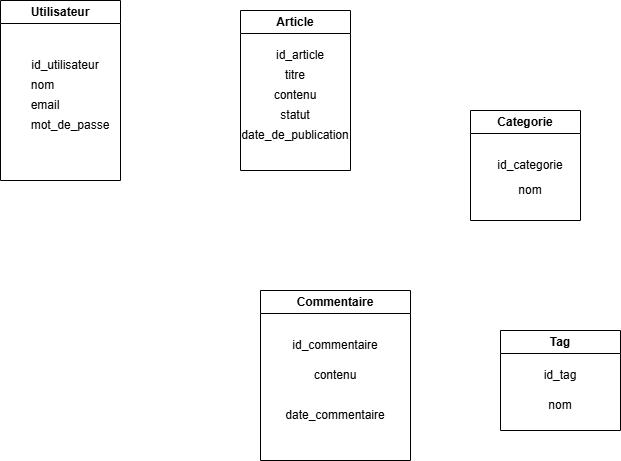
Guilyane/DWWM-blog keeps this draw.io diagram as MCD.png. Above is the earlier version. Source tidied: cells renumbered, new cells last; positions are measured from the earlier drawing's top-left corner, leaving out a move shared by most shapes.
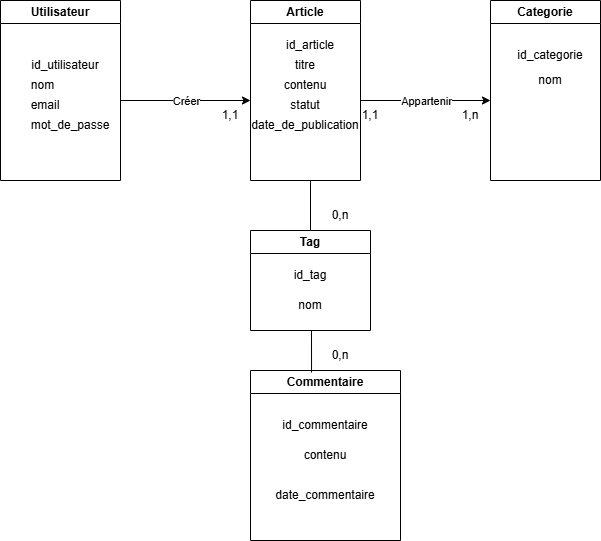
Later version of the same file.

Commit message:
add: link and cardinality

The edit, as a diff of the source:
```diff
@@ -18,7 +18,7 @@
       <mxGeometry x="30" y="110" width="80" height="30" as="geometry" />
     </mxCell>
     <mxCell id="7" value="Article" style="swimlane;whiteSpace=wrap;html=1;" parent="1" vertex="1">
-      <mxGeometry x="240" y="10" width="110" height="160" as="geometry" />
+      <mxGeometry x="250" width="110" height="180" as="geometry" />
     </mxCell>
     <mxCell id="8" value="id_article" style="text;html=1;whiteSpace=wrap;strokeColor=none;fillColor=none;align=center;verticalAlign=middle;rounded=0;" parent="7" vertex="1">
       <mxGeometry x="30" y="30" width="60" height="30" as="geometry" />
@@ -36,7 +36,7 @@
       <mxGeometry x="25" y="110" width="60" height="30" as="geometry" />
     </mxCell>
     <mxCell id="13" value="Commentaire" style="swimlane;whiteSpace=wrap;html=1;" parent="1" vertex="1">
-      <mxGeometry x="260" y="290" width="150" height="170" as="geometry" />
+      <mxGeometry x="250" y="370" width="150" height="170" as="geometry" />
     </mxCell>
     <mxCell id="14" value="contenu" style="text;html=1;whiteSpace=wrap;strokeColor=none;fillColor=none;align=center;verticalAlign=middle;rounded=0;" parent="13" vertex="1">
       <mxGeometry x="45" y="70" width="60" height="30" as="geometry" />
@@ -48,7 +48,7 @@
       <mxGeometry x="45" y="40" width="60" height="30" as="geometry" />
     </mxCell>
     <mxCell id="17" value="Categorie" style="swimlane;whiteSpace=wrap;html=1;" parent="1" vertex="1">
-      <mxGeometry x="470" y="110" width="110" height="110" as="geometry" />
+      <mxGeometry x="490" width="110" height="180" as="geometry" />
     </mxCell>
     <mxCell id="18" value="nom" style="text;html=1;whiteSpace=wrap;strokeColor=none;fillColor=none;align=center;verticalAlign=middle;rounded=0;" parent="17" vertex="1">
       <mxGeometry x="30" y="70" width="60" height="20" as="geometry" />
@@ -57,7 +57,7 @@
       <mxGeometry x="30" y="40" width="60" height="30" as="geometry" />
     </mxCell>
     <mxCell id="20" value="Tag" style="swimlane;whiteSpace=wrap;html=1;" parent="1" vertex="1">
-      <mxGeometry x="500" y="330" width="120" height="100" as="geometry" />
+      <mxGeometry x="250" y="230" width="120" height="100" as="geometry" />
     </mxCell>
     <mxCell id="21" value="id_tag" style="text;html=1;whiteSpace=wrap;strokeColor=none;fillColor=none;align=center;verticalAlign=middle;rounded=0;" parent="20" vertex="1">
       <mxGeometry x="30" y="30" width="60" height="30" as="geometry" />
@@ -65,5 +65,48 @@
     <mxCell id="22" value="nom" style="text;html=1;whiteSpace=wrap;strokeColor=none;fillColor=none;align=center;verticalAlign=middle;rounded=0;" parent="20" vertex="1">
       <mxGeometry x="30" y="60" width="60" height="30" as="geometry" />
     </mxCell>
+    <mxCell id="23" value="0,n" style="text;html=1;whiteSpace=wrap;strokeColor=none;fillColor=none;align=center;verticalAlign=middle;rounded=0;" parent="20" vertex="1">
+      <mxGeometry x="60" y="-30" width="60" height="30" as="geometry" />
+    </mxCell>
+    <mxCell id="24" style="endArrow=classic;html=1;rounded=0;" parent="1" edge="1">
+      <mxGeometry relative="1" as="geometry">
+        <mxPoint x="120" y="100" as="sourcePoint" />
+        <mxPoint x="250" y="100" as="targetPoint" />
+      </mxGeometry>
+    </mxCell>
+    <mxCell id="25" value="Créer" style="edgeLabel;html=1;align=center;verticalAlign=middle;" parent="24" vertex="1">
+      <mxGeometry relative="1" as="geometry" />
+    </mxCell>
+    <mxCell id="26" style="endArrow=classic;html=1;rounded=0;" parent="1" edge="1">
+      <mxGeometry relative="1" as="geometry">
+        <mxPoint x="360" y="100" as="sourcePoint" />
+        <mxPoint x="490" y="100" as="targetPoint" />
+      </mxGeometry>
+    </mxCell>
+    <mxCell id="27" value="Appartenir" style="edgeLabel;html=1;align=center;verticalAlign=middle;" parent="26" vertex="1">
+      <mxGeometry relative="1" as="geometry" />
+    </mxCell>
+    <mxCell id="28" style="endArrow=none;html=1;rounded=0;entryX=0.5;entryY=0;entryDx=0;entryDy=0;" parent="1" edge="1" target="20">
+      <mxGeometry relative="1" as="geometry">
+        <mxPoint x="310" y="180" as="sourcePoint" />
+      </mxGeometry>
+    </mxCell>
+    <mxCell id="29" style="endArrow=none;html=1;rounded=0;entryX=0.407;entryY=0.012;entryDx=0;entryDy=0;entryPerimeter=0;" parent="1" edge="1" target="13">
+      <mxGeometry relative="1" as="geometry">
+        <mxPoint x="311" y="330" as="sourcePoint" />
+      </mxGeometry>
+    </mxCell>
+    <mxCell id="30" value="1,1" style="text;html=1;whiteSpace=wrap;strokeColor=none;fillColor=none;align=center;verticalAlign=middle;rounded=0;" parent="1" vertex="1">
+      <mxGeometry x="200" y="100" width="60" height="30" as="geometry" />
+    </mxCell>
+    <mxCell id="31" value="1,1" style="text;html=1;whiteSpace=wrap;strokeColor=none;fillColor=none;align=center;verticalAlign=middle;rounded=0;" parent="1" vertex="1">
+      <mxGeometry x="340" y="100" width="60" height="30" as="geometry" />
+    </mxCell>
+    <mxCell id="32" value="1,n" style="text;html=1;whiteSpace=wrap;strokeColor=none;fillColor=none;align=center;verticalAlign=middle;rounded=0;" parent="1" vertex="1">
+      <mxGeometry x="440" y="100" width="60" height="30" as="geometry" />
+    </mxCell>
+    <mxCell id="33" value="0,n" style="text;html=1;whiteSpace=wrap;strokeColor=none;fillColor=none;align=center;verticalAlign=middle;rounded=0;" parent="1" vertex="1">
+      <mxGeometry x="310" y="340" width="60" height="30" as="geometry" />
+    </mxCell>
   </root>
 </mxGraphModel>
```
